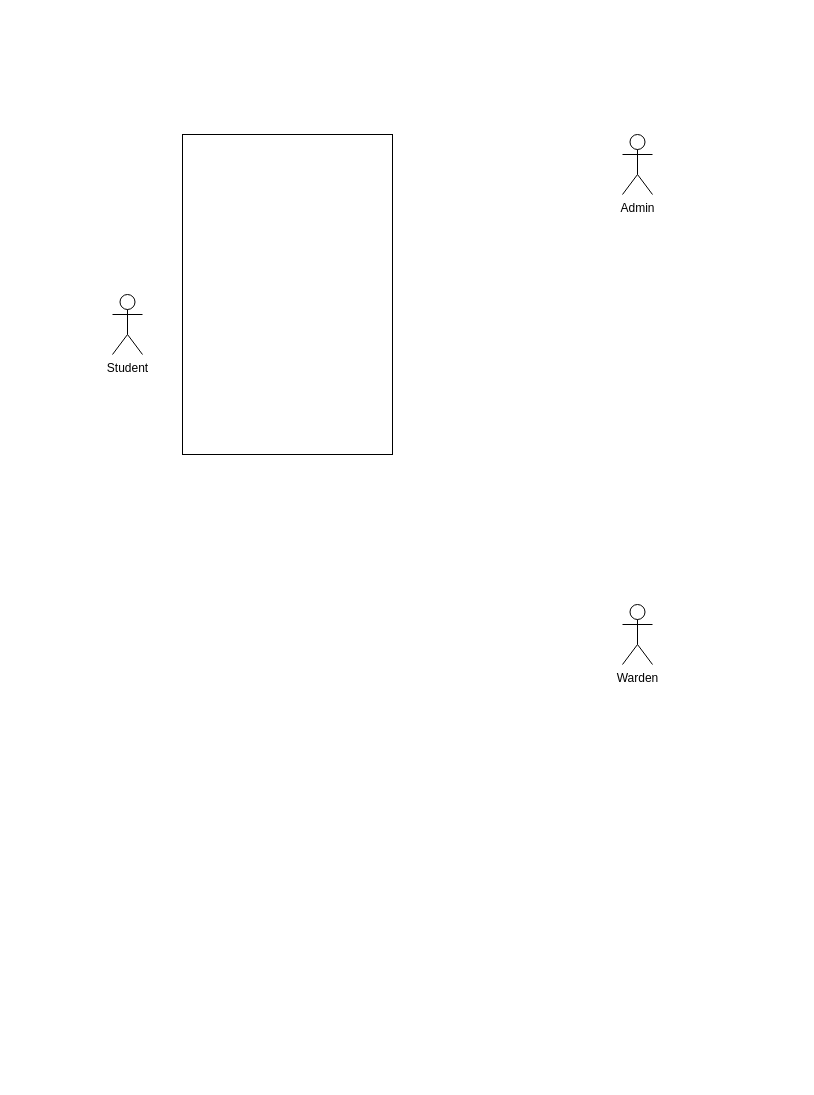
Earlier version of the draw.io diagram Use_case_diagram.drawio (OU-Hostel-Management/OU-Hostel-System). Source tidied: cells renumbered, new cells numbered last; positions are measured from the earlier drawing's top-left corner, leaving out a move shared by most shapes. Both pictures are drawn from the tidied source at 100%, with x=0, y=0 at pixel (112, 134).
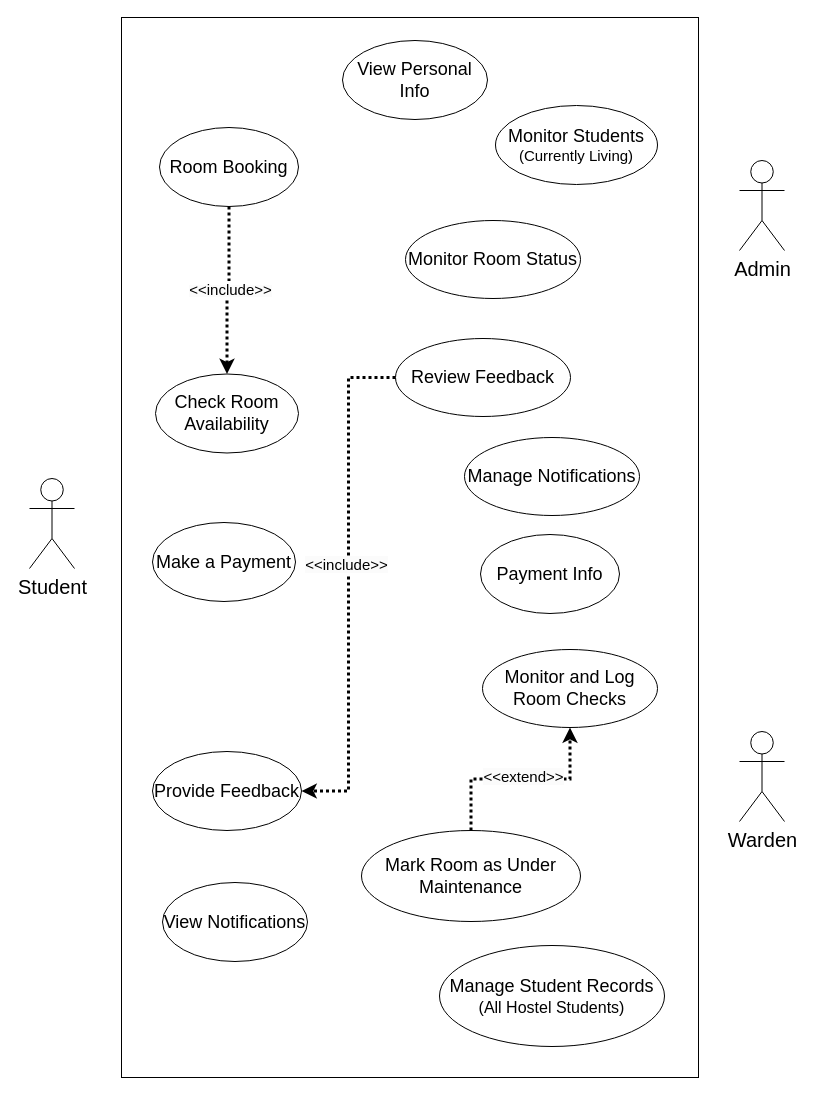
Above is the later version.

What changed in the source:
```diff
@@
-    <mxCell id="2" value="Student" style="shape=umlActor;verticalLabelPosition=bottom;verticalAlign=top;html=1;" parent="1" vertex="1">
-      <mxGeometry y="160" width="30" height="60" as="geometry" />
+    <mxCell id="2" value="&lt;font style=&quot;font-size: 20px;&quot;&gt;Student&lt;/font&gt;" style="shape=umlActor;verticalLabelPosition=bottom;verticalAlign=top;html=1;" parent="1" vertex="1">
+      <mxGeometry x="-83" y="344" width="45" height="90" as="geometry" />
     </mxCell>
-    <mxCell id="3" value="Admin" style="shape=umlActor;verticalLabelPosition=bottom;verticalAlign=top;html=1;" parent="1" vertex="1">
-      <mxGeometry x="510" width="30" height="60" as="geometry" />
+    <mxCell id="3" value="&lt;font style=&quot;font-size: 20px;&quot;&gt;Admin&lt;/font&gt;" style="shape=umlActor;verticalLabelPosition=bottom;verticalAlign=top;html=1;" parent="1" vertex="1">
+      <mxGeometry x="627" y="26" width="45" height="90" as="geometry" />
     </mxCell>
-    <mxCell id="4" value="Warden" style="shape=umlActor;verticalLabelPosition=bottom;verticalAlign=top;html=1;" parent="1" vertex="1">
-      <mxGeometry x="510" y="470" width="30" height="60" as="geometry" />
+    <mxCell id="4" value="&lt;font style=&quot;font-size: 20px;&quot;&gt;Warden&lt;/font&gt;" style="shape=umlActor;verticalLabelPosition=bottom;verticalAlign=top;html=1;" parent="1" vertex="1">
+      <mxGeometry x="627" y="597" width="45" height="90" as="geometry" />
     </mxCell>
-    <mxCell id="5" style="rounded=0;whiteSpace=wrap;html=1;" parent="1" vertex="1">
-      <mxGeometry x="70" width="210" height="320" as="geometry" />
+    <mxCell id="5" style="rounded=0;whiteSpace=wrap;html=1;fillColor=default;" parent="1" vertex="1">
+      <mxGeometry x="9" y="-117" width="577" height="1060" as="geometry" />
     </mxCell>
+    <mxCell id="6" value="&lt;font style=&quot;font-size: 18px;&quot;&gt;View Personal Info&lt;/font&gt;" style="ellipse;whiteSpace=wrap;html=1;" parent="1" vertex="1">
+      <mxGeometry x="230" y="-94" width="145" height="79" as="geometry" />
+    </mxCell>
+    <mxCell id="7" style="edgeStyle=orthogonalEdgeStyle;rounded=0;jettySize=auto;html=1;strokeWidth=3;dashed=1;dashPattern=1 1;" parent="1" edge="1" source="9" target="13">
+      <mxGeometry relative="1" as="geometry" />
+    </mxCell>
+    <mxCell id="8" value="&lt;span style=&quot;background-color: rgb(251, 251, 251);&quot;&gt;&lt;font style=&quot;font-size: 15px;&quot;&gt;&amp;lt;&amp;lt;include&amp;gt;&amp;gt;&lt;/font&gt;&lt;/span&gt;" style="edgeLabel;html=1;align=center;verticalAlign=middle;" parent="7" vertex="1">
+      <mxGeometry x="0.22" y="4" relative="1" as="geometry">
+        <mxPoint x="-1" y="-19" as="offset" />
+      </mxGeometry>
+    </mxCell>
+    <mxCell id="9" value="&lt;font style=&quot;font-size: 18px;&quot;&gt;Room Booking&lt;/font&gt;" style="ellipse;whiteSpace=wrap;html=1;" parent="1" vertex="1">
+      <mxGeometry x="47" y="-7" width="139" height="79" as="geometry" />
+    </mxCell>
+    <mxCell id="10" value="&lt;font style=&quot;font-size: 18px;&quot;&gt;Make a Payment&lt;/font&gt;" style="ellipse;whiteSpace=wrap;html=1;" parent="1" vertex="1">
+      <mxGeometry x="40" y="388" width="143" height="79" as="geometry" />
+    </mxCell>
+    <mxCell id="11" value="&lt;font style=&quot;font-size: 18px;&quot;&gt;Provide Feedback&lt;/font&gt;" style="ellipse;whiteSpace=wrap;html=1;" parent="1" vertex="1">
+      <mxGeometry x="40" y="617" width="149" height="79" as="geometry" />
+    </mxCell>
+    <mxCell id="12" value="&lt;font style=&quot;font-size: 18px;&quot;&gt;View Notifications&lt;/font&gt;" style="ellipse;whiteSpace=wrap;html=1;" parent="1" vertex="1">
+      <mxGeometry x="50" y="748" width="145" height="79" as="geometry" />
+    </mxCell>
+    <mxCell id="13" value="&lt;font style=&quot;font-size: 18px;&quot;&gt;Check Room Availability&lt;/font&gt;" style="ellipse;whiteSpace=wrap;html=1;" parent="1" vertex="1">
+      <mxGeometry x="43" y="239.5" width="143" height="79" as="geometry" />
+    </mxCell>
+    <mxCell id="14" value="&lt;font style=&quot;font-size: 18px;&quot;&gt;Monitor Students&lt;/font&gt;&lt;div&gt;&lt;font style=&quot;font-size: 15px;&quot;&gt;(Currently Living)&lt;/font&gt;&lt;/div&gt;" style="ellipse;whiteSpace=wrap;html=1;" parent="1" vertex="1">
+      <mxGeometry x="383" y="-29" width="162" height="79" as="geometry" />
+    </mxCell>
+    <mxCell id="15" value="&lt;font style=&quot;font-size: 18px;&quot;&gt;Payment Info&lt;/font&gt;" style="ellipse;whiteSpace=wrap;html=1;" parent="1" vertex="1">
+      <mxGeometry x="368" y="400" width="139" height="79" as="geometry" />
+    </mxCell>
+    <mxCell id="16" value="&lt;font style=&quot;font-size: 18px;&quot;&gt;Manage Notifications&lt;/font&gt;" style="ellipse;whiteSpace=wrap;html=1;" parent="1" vertex="1">
+      <mxGeometry x="352" y="303" width="175" height="78" as="geometry" />
+    </mxCell>
+    <mxCell id="17" style="edgeStyle=orthogonalEdgeStyle;rounded=0;jettySize=auto;html=1;entryX=1;entryY=0.5;entryDx=0;entryDy=0;dashed=1;dashPattern=1 1;strokeWidth=3;" parent="1" edge="1" source="19" target="11">
+      <mxGeometry relative="1" as="geometry" />
+    </mxCell>
+    <mxCell id="18" value="&lt;span style=&quot;font-size: 15px; background-color: rgb(251, 251, 251);&quot;&gt;&amp;lt;&amp;lt;include&amp;gt;&amp;gt;&lt;/span&gt;" style="edgeLabel;html=1;align=center;verticalAlign=middle;" parent="17" vertex="1">
+      <mxGeometry x="-0.08" y="-3" relative="1" as="geometry" />
+    </mxCell>
+    <mxCell id="19" value="&lt;font style=&quot;font-size: 18px;&quot;&gt;Review Feedback&lt;/font&gt;" style="ellipse;whiteSpace=wrap;html=1;" parent="1" vertex="1">
+      <mxGeometry x="283" y="204" width="175" height="78" as="geometry" />
+    </mxCell>
+    <mxCell id="20" value="&lt;font style=&quot;font-size: 18px;&quot;&gt;Monitor Room Status&lt;/font&gt;" style="ellipse;whiteSpace=wrap;html=1;" parent="1" vertex="1">
+      <mxGeometry x="293" y="86" width="175" height="78" as="geometry" />
+    </mxCell>
+    <mxCell id="21" style="edgeStyle=orthogonalEdgeStyle;rounded=0;orthogonalLoop=1;jettySize=auto;html=1;exitX=0.5;exitY=1;exitDx=0;exitDy=0;" parent="1" edge="1" source="20" target="20">
+      <mxGeometry relative="1" as="geometry" />
+    </mxCell>
+    <mxCell id="22" value="&lt;font style=&quot;font-size: 18px;&quot;&gt;Manage Student Records&lt;/font&gt;&lt;div&gt;&lt;font style=&quot;font-size: 16px;&quot;&gt;(All Hostel Students)&lt;/font&gt;&lt;/div&gt;" style="ellipse;whiteSpace=wrap;html=1;" parent="1" vertex="1">
+      <mxGeometry x="327" y="811" width="225" height="101" as="geometry" />
+    </mxCell>
+    <mxCell id="23" value="&lt;font style=&quot;font-size: 18px;&quot;&gt;Monitor and Log Room Checks&lt;/font&gt;" style="ellipse;whiteSpace=wrap;html=1;" parent="1" vertex="1">
+      <mxGeometry x="370" y="515" width="175" height="78" as="geometry" />
+    </mxCell>
+    <mxCell id="24" style="edgeStyle=orthogonalEdgeStyle;rounded=0;jettySize=auto;html=1;strokeWidth=3;dashed=1;dashPattern=1 1;" parent="1" edge="1" source="26" target="23">
+      <mxGeometry relative="1" as="geometry" />
+    </mxCell>
+    <mxCell id="25" value="&lt;span style=&quot;font-size: 15px; background-color: rgb(251, 251, 251);&quot;&gt;&amp;lt;&amp;lt;extend&amp;gt;&amp;gt;&lt;/span&gt;" style="edgeLabel;html=1;align=center;verticalAlign=middle;" parent="24" vertex="1">
+      <mxGeometry x="0.02" y="3" relative="1" as="geometry" />
+    </mxCell>
+    <mxCell id="26" value="&lt;font style=&quot;font-size: 18px;&quot;&gt;Mark Room as Under Maintenance&lt;/font&gt;" style="ellipse;whiteSpace=wrap;html=1;" parent="1" vertex="1">
+      <mxGeometry x="249" y="696" width="219" height="91" as="geometry" />
+    </mxCell>
```
